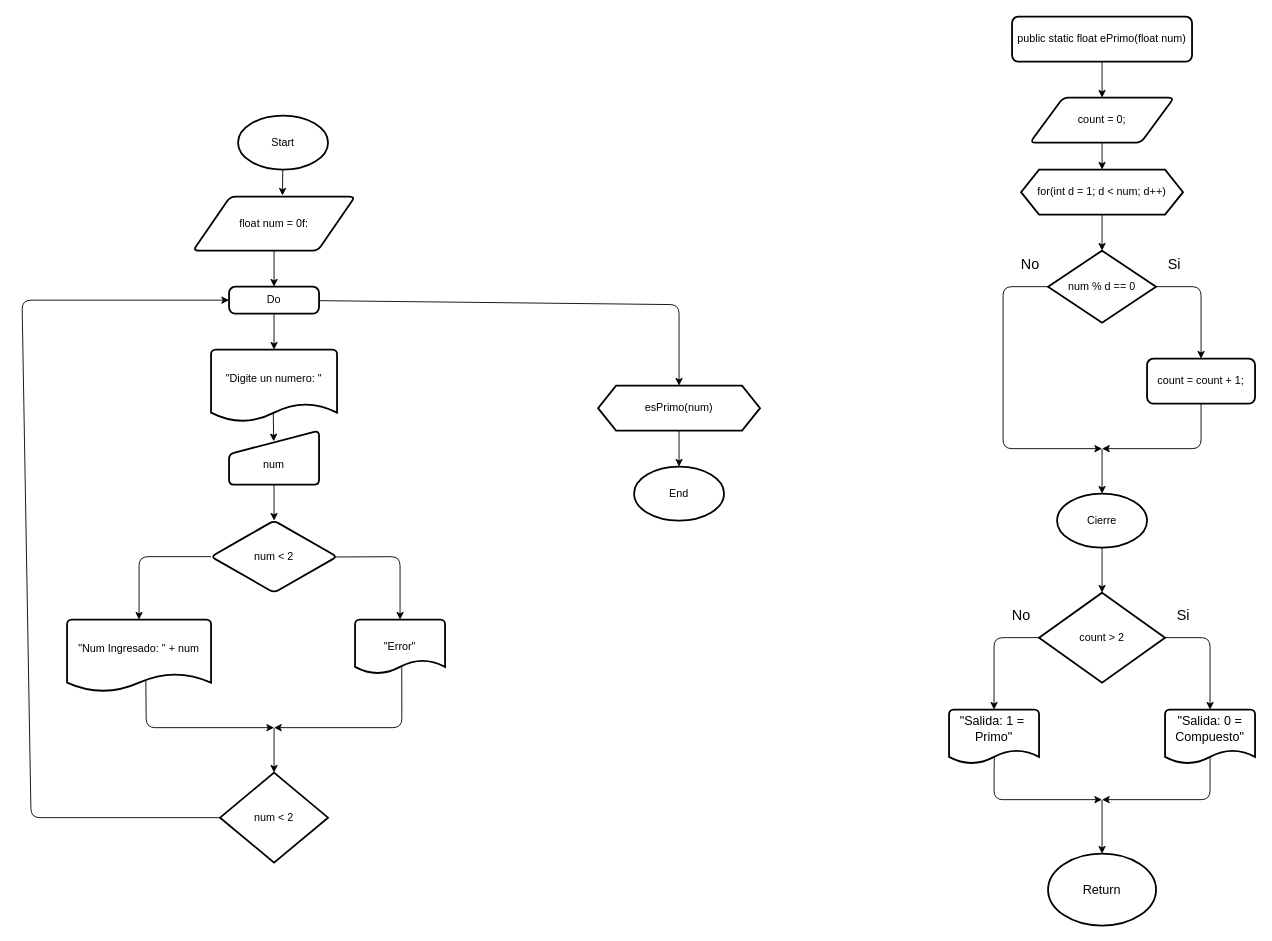
This is DeterminarSiUnNumeroEsPrimo.drawio from AnthonyLozadaAlexander/DiagramaDeFlujos, a draw.io file, before an edit. Source tidied: cells renumbered, new cells numbered last; positions are measured from the earlier drawing's top-left corner, leaving out a move shared by most shapes. Both pictures are drawn from the tidied source at 90%, with x=0, y=0 at pixel (22, 16).
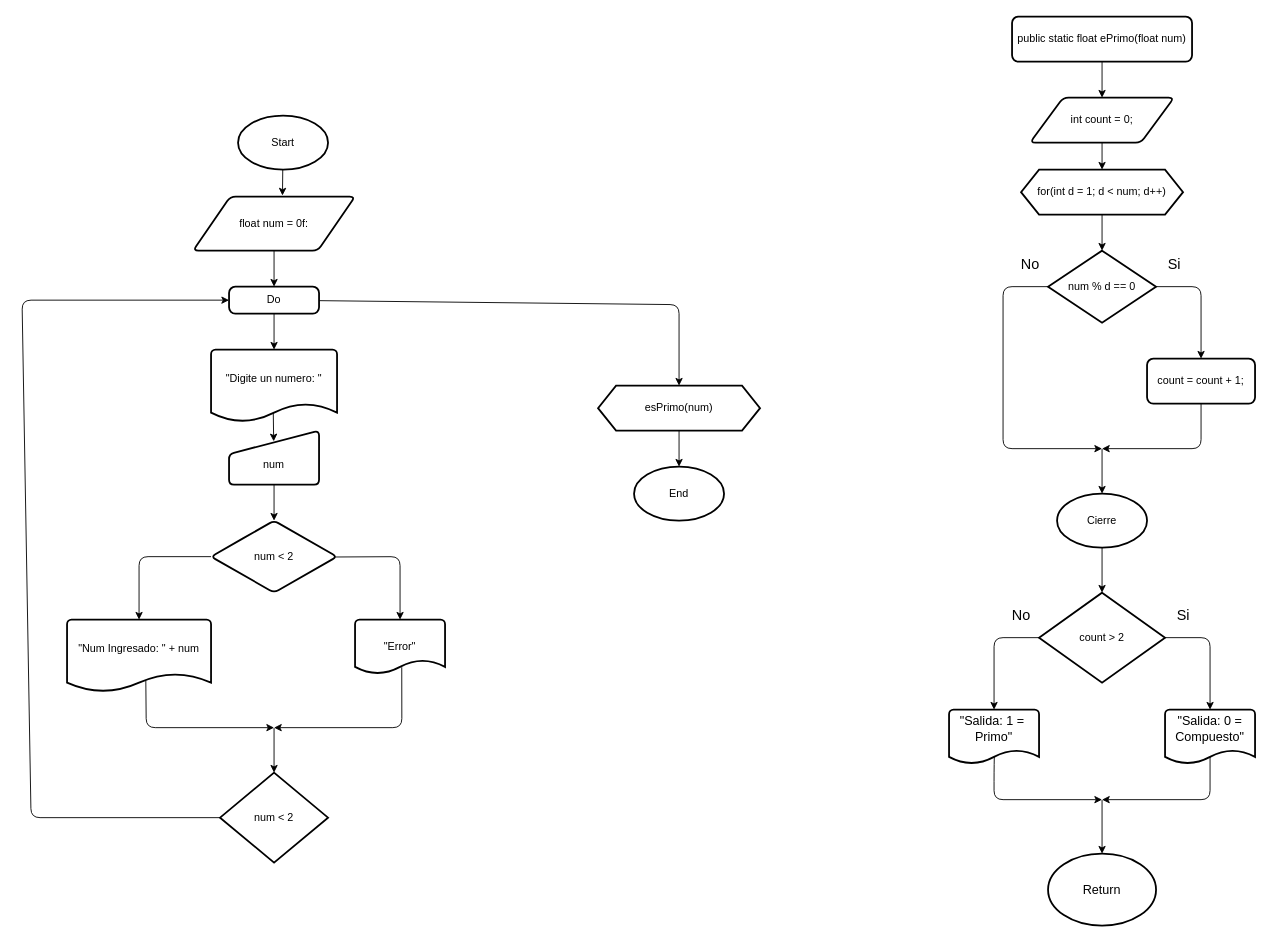
Above is the later version.

Commit message (it also covers changes not shown here):
Actualizar diagramas de flujo para corregir tipos de variables y mejorar la claridad de los elementos.

Diff of the diagram source:
```diff
@@
-    <mxCell id="26" value="count = 0;" style="shape=parallelogram;html=1;strokeWidth=2;perimeter=parallelogramPerimeter;whiteSpace=wrap;rounded=1;arcSize=12;size=0.23;" parent="1" vertex="1">
+    <mxCell id="26" value="int count = 0;" style="shape=parallelogram;html=1;strokeWidth=2;perimeter=parallelogramPerimeter;whiteSpace=wrap;rounded=1;arcSize=12;size=0.23;" parent="1" vertex="1">
       <mxGeometry x="1120" y="90" width="160" height="50" as="geometry" />
     </mxCell>
```
